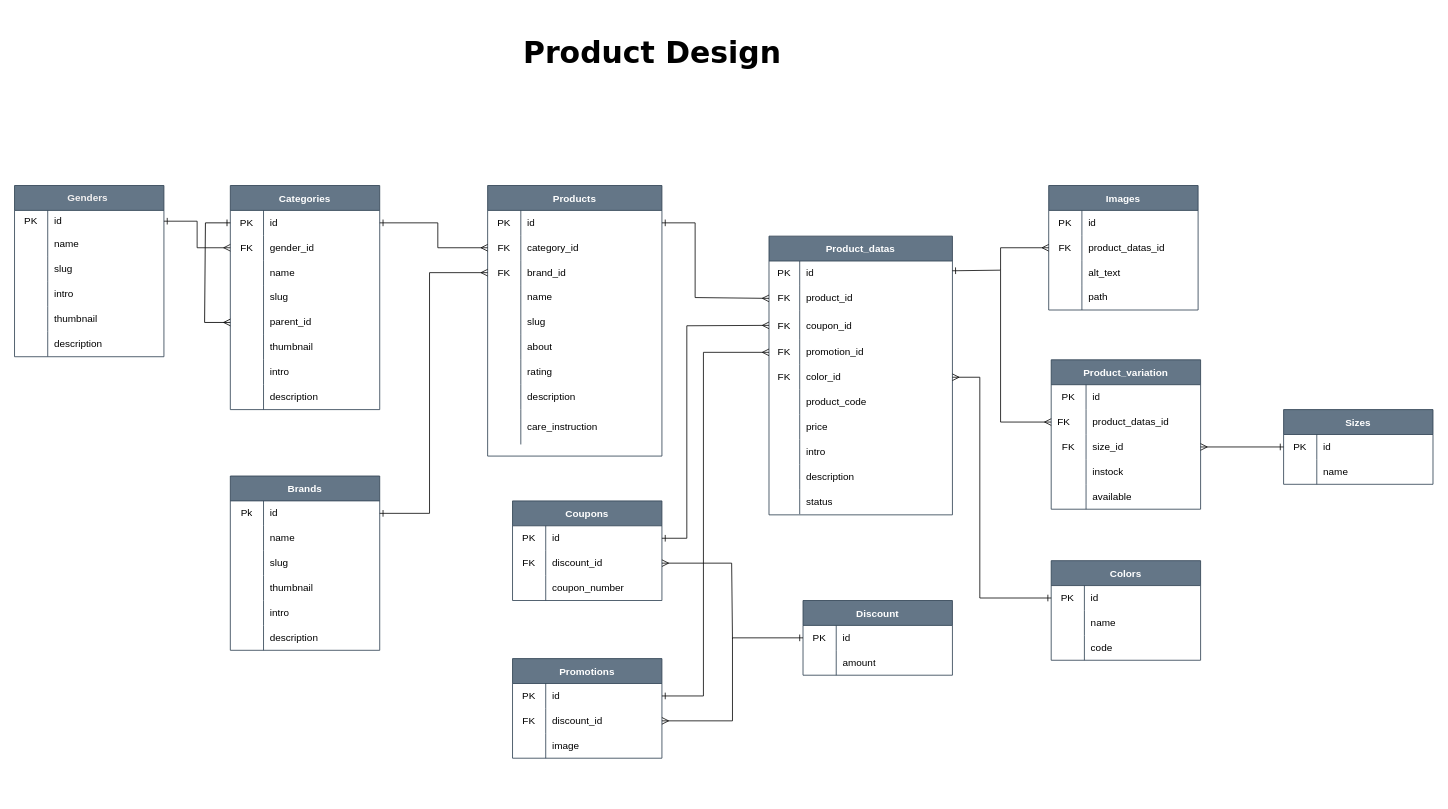
Khantminaung313/dshop keeps this draw.io diagram as resources/ERD/products.drawio. Above is the earlier version. Source tidied: cells renumbered, new cells numbered last; positions are measured from the earlier drawing's top-left corner, leaving out a move shared by most shapes. Both pictures are drawn from the tidied source at 83%, with x=0, y=0 at pixel (14, 14).
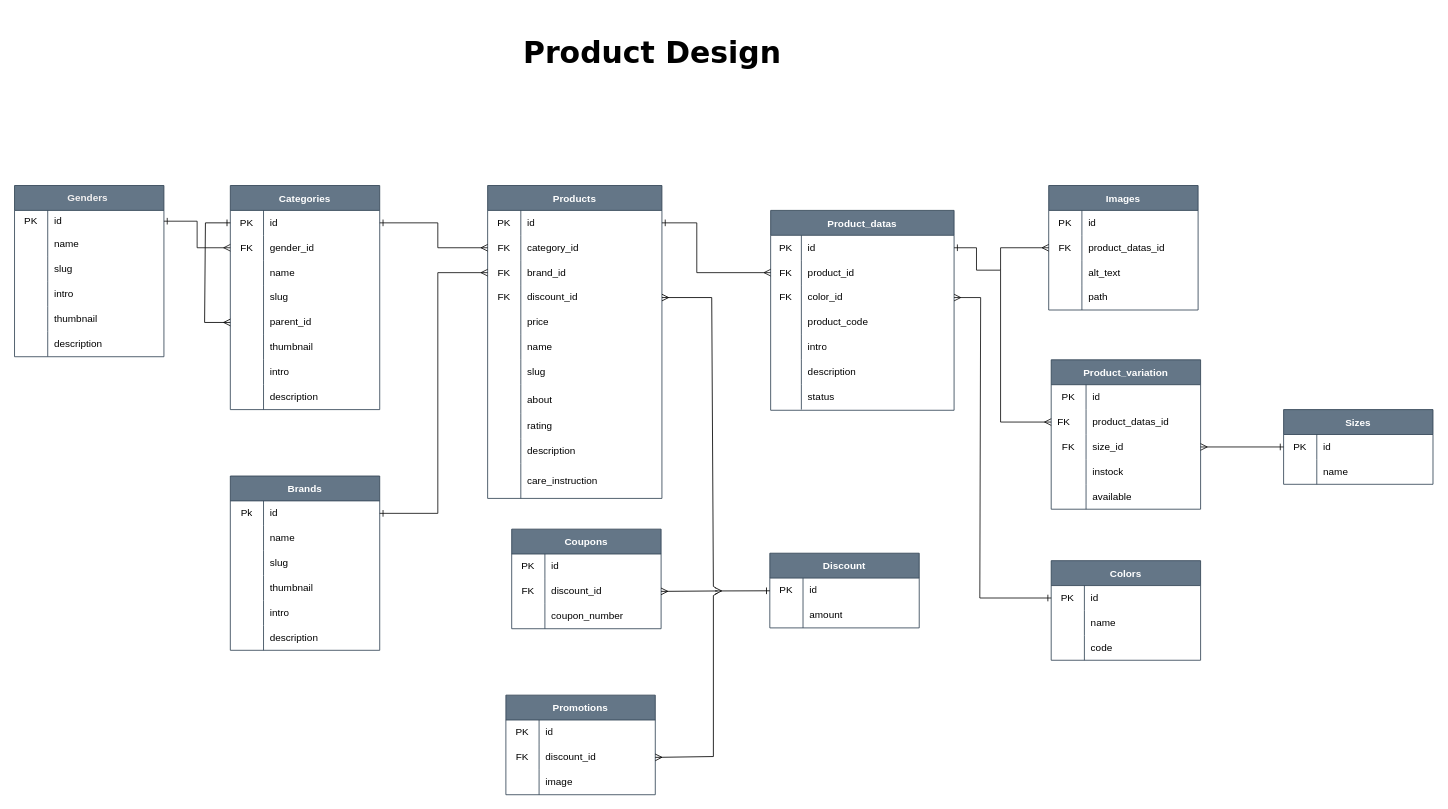
The same diagram, later.

The change refers to these unchanged cells:
```xml
<mxCell id="49" style="shape=tableRow;horizontal=0;startSize=0;swimlaneHead=0;swimlaneBody=0;top=0;left=0;bottom=0;right=0;fillColor=none;points=[[0,0.5],[1,0.5]];portConstraint=eastwest;" parent="48" vertex="1">
  <mxGeometry y="30" width="180" height="30" as="geometry" />
</mxCell>
<mxCell id="68" style="shape=tableRow;horizontal=0;startSize=0;swimlaneHead=0;swimlaneBody=0;top=0;left=0;bottom=0;right=0;fillColor=none;points=[[0,0.5],[1,0.5]];portConstraint=eastwest;" parent="67" vertex="1">
  <mxGeometry y="30" width="210" height="30" as="geometry" />
</mxCell>
<mxCell id="74" style="shape=tableRow;horizontal=0;startSize=0;swimlaneHead=0;swimlaneBody=0;top=0;left=0;bottom=0;right=0;fillColor=none;points=[[0,0.5],[1,0.5]];portConstraint=eastwest;" parent="67" vertex="1">
  <mxGeometry y="90" width="210" height="30" as="geometry" />
</mxCell>
<mxCell id="98" style="shape=tableRow;horizontal=0;startSize=0;swimlaneHead=0;swimlaneBody=0;top=0;left=0;bottom=0;right=0;fillColor=none;points=[[0,0.5],[1,0.5]];portConstraint=eastwest;" parent="97" vertex="1">
  <mxGeometry y="30" width="180" height="30" as="geometry" />
</mxCell>
<mxCell id="101" style="shape=tableRow;horizontal=0;startSize=0;swimlaneHead=0;swimlaneBody=0;top=0;left=0;bottom=0;right=0;fillColor=none;points=[[0,0.5],[1,0.5]];portConstraint=eastwest;" parent="97" vertex="1">
  <mxGeometry y="60" width="180" height="30" as="geometry" />
</mxCell>
<mxCell id="108" style="shape=tableRow;horizontal=0;startSize=0;swimlaneHead=0;swimlaneBody=0;top=0;left=0;bottom=0;right=0;fillColor=none;points=[[0,0.5],[1,0.5]];portConstraint=eastwest;" parent="107" vertex="1">
  <mxGeometry y="30" width="180" height="30" as="geometry" />
</mxCell>
<mxCell id="111" style="shape=tableRow;horizontal=0;startSize=0;swimlaneHead=0;swimlaneBody=0;top=0;left=0;bottom=0;right=0;fillColor=none;points=[[0,0.5],[1,0.5]];portConstraint=eastwest;" parent="107" vertex="1">
  <mxGeometry y="60" width="180" height="30" as="geometry" />
</mxCell>
<mxCell id="118" style="shape=tableRow;horizontal=0;startSize=0;swimlaneHead=0;swimlaneBody=0;top=0;left=0;bottom=0;right=0;fillColor=none;points=[[0,0.5],[1,0.5]];portConstraint=eastwest;" parent="117" vertex="1">
  <mxGeometry y="30" width="221" height="30" as="geometry" />
</mxCell>
<mxCell id="121" style="shape=tableRow;horizontal=0;startSize=0;swimlaneHead=0;swimlaneBody=0;top=0;left=0;bottom=0;right=0;fillColor=none;points=[[0,0.5],[1,0.5]];portConstraint=eastwest;" parent="117" vertex="1">
  <mxGeometry y="60" width="221" height="30" as="geometry" />
</mxCell>
<mxCell id="149" style="shape=tableRow;horizontal=0;startSize=0;swimlaneHead=0;swimlaneBody=0;top=0;left=0;bottom=0;right=0;fillColor=none;points=[[0,0.5],[1,0.5]];portConstraint=eastwest;" parent="148" vertex="1">
  <mxGeometry y="30" width="180" height="30" as="geometry" />
</mxCell>
<mxCell id="162" style="shape=tableRow;horizontal=0;startSize=0;swimlaneHead=0;swimlaneBody=0;top=0;left=0;bottom=0;right=0;fillColor=none;points=[[0,0.5],[1,0.5]];portConstraint=eastwest;" parent="158" vertex="1">
  <mxGeometry y="60" width="180" height="30" as="geometry" />
</mxCell>
<mxCell id="188" style="shape=tableRow;horizontal=0;startSize=0;swimlaneHead=0;swimlaneBody=0;top=0;left=0;bottom=0;right=0;fillColor=none;points=[[0,0.5],[1,0.5]];portConstraint=eastwest;sketch=0;" parent="187" vertex="1">
  <mxGeometry y="30" width="180" height="30" as="geometry" />
</mxCell>
<mxCell id="209" style="group;" parent="1" vertex="1">
  <mxGeometry x="1188" y="281" width="5" height="210" as="geometry" />
</mxCell>
```

Diff of the diagram source:
```diff
@@
     <mxCell id="67" value="Products" style="shape=table;startSize=30;childLayout=tableLayout;rowLines=0;fontStyle=1;fillColor=#647687;fontColor=#ffffff;strokeColor=#314354;" parent="1" vertex="1">
-      <mxGeometry x="570" y="206" width="210" height="326" as="geometry" />
+      <mxGeometry x="570" y="206" width="210" height="377" as="geometry" />
     </mxCell>
@@
+    <mxCell id="213" style="shape=tableRow;horizontal=0;startSize=0;swimlaneHead=0;swimlaneBody=0;top=0;left=0;bottom=0;right=0;fillColor=none;points=[[0,0.5],[1,0.5]];portConstraint=eastwest;" parent="67" vertex="1">
+      <mxGeometry y="120" width="210" height="30" as="geometry" />
+    </mxCell>
+    <mxCell id="214" value="FK" style="shape=partialRectangle;html=1;whiteSpace=wrap;fillColor=none;top=0;left=0;bottom=0;right=0;overflow=hidden;fontColor=#000000;" parent="213" vertex="1">
+      <mxGeometry width="40" height="30" as="geometry" />
+    </mxCell>
+    <mxCell id="215" value="discount_id" style="shape=partialRectangle;html=1;whiteSpace=wrap;fillColor=none;top=0;left=0;bottom=0;right=0;align=left;spacingLeft=6;overflow=hidden;fontColor=#000000;" parent="213" vertex="1">
+      <mxGeometry x="40" width="170" height="30" as="geometry" />
+    </mxCell>
+    <mxCell id="216" style="shape=tableRow;horizontal=0;startSize=0;swimlaneHead=0;swimlaneBody=0;top=0;left=0;bottom=0;right=0;fillColor=none;" parent="67" vertex="1">
+      <mxGeometry y="150" width="210" height="30" as="geometry" />
+    </mxCell>
+    <mxCell id="217" style="shape=partialRectangle;html=1;whiteSpace=wrap;fillColor=none;top=0;left=0;bottom=0;right=0;overflow=hidden;fontColor=#000000;" parent="216" vertex="1">
+      <mxGeometry width="40" height="30" as="geometry" />
+    </mxCell>
+    <mxCell id="138" value="price" style="shape=partialRectangle;html=1;whiteSpace=wrap;fillColor=none;top=0;left=0;bottom=0;right=0;align=left;spacingLeft=6;overflow=hidden;fontColor=#000000;" parent="216" vertex="1">
+      <mxGeometry x="40" width="170" height="30" as="geometry" />
+    </mxCell>
     <mxCell id="77" style="shape=tableRow;horizontal=0;startSize=0;swimlaneHead=0;swimlaneBody=0;top=0;left=0;bottom=0;right=0;fillColor=none;" parent="67" vertex="1">
-      <mxGeometry y="120" width="210" height="30" as="geometry" />
+      <mxGeometry y="180" width="210" height="30" as="geometry" />
     </mxCell>
@@
     <mxCell id="80" style="shape=tableRow;horizontal=0;startSize=0;swimlaneHead=0;swimlaneBody=0;top=0;left=0;bottom=0;right=0;fillColor=none;" parent="67" vertex="1">
-      <mxGeometry y="150" width="210" height="30" as="geometry" />
+      <mxGeometry y="210" width="210" height="30" as="geometry" />
     </mxCell>
@@
     <mxCell id="83" style="shape=tableRow;horizontal=0;startSize=0;swimlaneHead=0;swimlaneBody=0;top=0;left=0;bottom=0;right=0;fillColor=none;" parent="67" vertex="1">
-      <mxGeometry y="180" width="210" height="30" as="geometry" />
+      <mxGeometry y="240" width="210" height="35" as="geometry" />
     </mxCell>
     <mxCell id="84" style="shape=partialRectangle;html=1;whiteSpace=wrap;fillColor=none;top=0;left=0;bottom=0;right=0;overflow=hidden;fontColor=#000000;" parent="83" vertex="1">
-      <mxGeometry width="40" height="30" as="geometry" />
+      <mxGeometry width="40" height="35" as="geometry" />
     </mxCell>
     <mxCell id="85" value="about" style="shape=partialRectangle;html=1;whiteSpace=wrap;fillColor=none;top=0;left=0;bottom=0;right=0;align=left;spacingLeft=6;overflow=hidden;fontColor=#000000;" parent="83" vertex="1">
-      <mxGeometry x="40" width="170" height="30" as="geometry" />
+      <mxGeometry x="40" width="170" height="35" as="geometry" />
     </mxCell>
     <mxCell id="86" style="shape=tableRow;horizontal=0;startSize=0;swimlaneHead=0;swimlaneBody=0;top=0;left=0;bottom=0;right=0;fillColor=none;" parent="67" vertex="1">
-      <mxGeometry y="210" width="210" height="30" as="geometry" />
+      <mxGeometry y="275" width="210" height="30" as="geometry" />
     </mxCell>
@@
     <mxCell id="89" style="shape=tableRow;horizontal=0;startSize=0;swimlaneHead=0;swimlaneBody=0;top=0;left=0;bottom=0;right=0;fillColor=none;" parent="67" vertex="1">
-      <mxGeometry y="240" width="210" height="30" as="geometry" />
+      <mxGeometry y="305" width="210" height="30" as="geometry" />
     </mxCell>
@@
     <mxCell id="92" style="shape=tableRow;horizontal=0;startSize=0;swimlaneHead=0;swimlaneBody=0;top=0;left=0;bottom=0;right=0;fillColor=none;" parent="67" vertex="1">
-      <mxGeometry y="270" width="210" height="42" as="geometry" />
+      <mxGeometry y="335" width="210" height="42" as="geometry" />
     </mxCell>
@@
     <mxCell id="96" style="edgeStyle=none;html=1;exitX=0;exitY=0.5;exitDx=0;exitDy=0;entryX=1;entryY=0.5;entryDx=0;entryDy=0;startArrow=ERmany;startFill=0;endArrow=ERone;endFill=0;rounded=0;strokeColor=#0f0f0f;" parent="1" edge="1" source="74" target="49">
       <mxGeometry relative="1" as="geometry">
         <Array as="points">
-          <mxPoint x="500" y="311" />
-          <mxPoint x="500" y="601" />
+          <mxPoint x="510" y="311" />
+          <mxPoint x="510" y="601" />
         </Array>
       </mxGeometry>
     </mxCell>
     <mxCell id="97" value="Coupons" style="shape=table;startSize=30;childLayout=tableLayout;rowLines=0;fontStyle=1;fillColor=#647687;fontColor=#ffffff;strokeColor=#314354;" parent="1" vertex="1">
-      <mxGeometry x="600" y="586" width="180" height="120" as="geometry" />
+      <mxGeometry x="599" y="620" width="180" height="120" as="geometry" />
     </mxCell>
@@
     <mxCell id="107" value="Promotions" style="shape=table;startSize=30;childLayout=tableLayout;rowLines=0;fontStyle=1;fillColor=#647687;fontColor=#ffffff;strokeColor=#314354;labelBorderColor=none;labelBackgroundColor=none;" parent="1" vertex="1">
-      <mxGeometry x="600" y="776" width="180" height="120" as="geometry" />
+      <mxGeometry x="592" y="820" width="180" height="120" as="geometry" />
     </mxCell>
@@
     <mxCell id="117" value="Product_datas" style="shape=table;startSize=30;childLayout=tableLayout;rowLines=0;fontStyle=1;fillColor=#647687;strokeColor=#314354;fontColor=#ffffff;" parent="1" vertex="1">
-      <mxGeometry x="909" y="267" width="221" height="335.8" as="geometry" />
+      <mxGeometry x="911" y="236" width="221" height="240.8" as="geometry" />
     </mxCell>
@@
-    <mxCell id="124" style="shape=tableRow;horizontal=0;startSize=0;swimlaneHead=0;swimlaneBody=0;top=0;left=0;bottom=0;right=0;fillColor=none;points=[[0,0.5],[1,0.5]];portConstraint=eastwest;" parent="117" vertex="1">
-      <mxGeometry y="90" width="221" height="35" as="geometry" />
-    </mxCell>
-    <mxCell id="125" value="FK" style="shape=partialRectangle;html=1;whiteSpace=wrap;fillColor=none;top=0;left=0;bottom=0;right=0;overflow=hidden;fontColor=#000000;" parent="124" vertex="1">
-      <mxGeometry width="37" height="35" as="geometry" />
-    </mxCell>
-    <mxCell id="126" value="coupon_id" style="shape=partialRectangle;html=1;whiteSpace=wrap;fillColor=none;top=0;left=0;bottom=0;right=0;align=left;spacingLeft=6;overflow=hidden;dashed=1;dashPattern=8 8;fontColor=#000000;" parent="124" vertex="1">
-      <mxGeometry x="37" width="184" height="35" as="geometry" />
-    </mxCell>
-    <mxCell id="127" style="shape=tableRow;horizontal=0;startSize=0;swimlaneHead=0;swimlaneBody=0;top=0;left=0;bottom=0;right=0;fillColor=none;points=[[0,0.5],[1,0.5]];portConstraint=eastwest;" parent="117" vertex="1">
-      <mxGeometry y="125" width="221" height="30" as="geometry" />
-    </mxCell>
-    <mxCell id="128" value="FK" style="shape=partialRectangle;html=1;whiteSpace=wrap;fillColor=none;top=0;left=0;bottom=0;right=0;overflow=hidden;fontColor=#000000;" parent="127" vertex="1">
-      <mxGeometry width="37" height="30" as="geometry" />
-    </mxCell>
-    <mxCell id="129" value="promotion_id" style="shape=partialRectangle;html=1;whiteSpace=wrap;fillColor=none;top=0;left=0;bottom=0;right=0;align=left;spacingLeft=6;overflow=hidden;fontColor=#000000;" parent="127" vertex="1">
-      <mxGeometry x="37" width="184" height="30" as="geometry" />
-    </mxCell>
     <mxCell id="130" style="shape=tableRow;horizontal=0;startSize=0;swimlaneHead=0;swimlaneBody=0;top=0;left=0;bottom=0;right=0;fillColor=none;points=[[0,0.5],[1,0.5]];portConstraint=eastwest;" parent="117" vertex="1">
-      <mxGeometry y="155" width="221" height="30" as="geometry" />
+      <mxGeometry y="90" width="221" height="30" as="geometry" />
     </mxCell>
@@
     <mxCell id="133" style="shape=tableRow;horizontal=0;startSize=0;swimlaneHead=0;swimlaneBody=0;top=0;left=0;bottom=0;right=0;fillColor=none;" parent="117" vertex="1">
-      <mxGeometry y="185" width="221" height="30" as="geometry" />
+      <mxGeometry y="120" width="221" height="30" as="geometry" />
     </mxCell>
@@
-    <mxCell id="136" style="shape=tableRow;horizontal=0;startSize=0;swimlaneHead=0;swimlaneBody=0;top=0;left=0;bottom=0;right=0;fillColor=none;" parent="117" vertex="1">
-      <mxGeometry y="215" width="221" height="30" as="geometry" />
-    </mxCell>
-    <mxCell id="137" style="shape=partialRectangle;html=1;whiteSpace=wrap;fillColor=none;top=0;left=0;bottom=0;right=0;overflow=hidden;fontColor=#000000;" parent="136" vertex="1">
-      <mxGeometry width="37" height="30" as="geometry" />
-    </mxCell>
-    <mxCell id="138" value="price" style="shape=partialRectangle;html=1;whiteSpace=wrap;fillColor=none;top=0;left=0;bottom=0;right=0;align=left;spacingLeft=6;overflow=hidden;fontColor=#000000;" parent="136" vertex="1">
-      <mxGeometry x="37" width="184" height="30" as="geometry" />
-    </mxCell>
     <mxCell id="139" style="shape=tableRow;horizontal=0;startSize=0;swimlaneHead=0;swimlaneBody=0;top=0;left=0;bottom=0;right=0;fillColor=none;" parent="117" vertex="1">
-      <mxGeometry y="245" width="221" height="30" as="geometry" />
+      <mxGeometry y="150" width="221" height="30" as="geometry" />
     </mxCell>
@@
     <mxCell id="142" style="shape=tableRow;horizontal=0;startSize=0;swimlaneHead=0;swimlaneBody=0;top=0;left=0;bottom=0;right=0;fillColor=none;" parent="117" vertex="1">
-      <mxGeometry y="275" width="221" height="30" as="geometry" />
+      <mxGeometry y="180" width="221" height="30" as="geometry" />
     </mxCell>
@@
     <mxCell id="145" style="shape=tableRow;horizontal=0;startSize=0;swimlaneHead=0;swimlaneBody=0;top=0;left=0;bottom=0;right=0;fillColor=none;" parent="117" vertex="1">
-      <mxGeometry y="305" width="221" height="30" as="geometry" />
+      <mxGeometry y="210" width="221" height="30" as="geometry" />
     </mxCell>
@@
     <mxCell id="148" value="Discount" style="shape=table;startSize=30;childLayout=tableLayout;rowLines=0;fontStyle=1;fillColor=#647687;fontColor=#ffffff;strokeColor=#314354;" parent="1" vertex="1">
-      <mxGeometry x="950" y="706" width="180" height="90" as="geometry" />
+      <mxGeometry x="910" y="649" width="180" height="90" as="geometry" />
     </mxCell>
@@
     <mxCell id="155" style="edgeStyle=none;rounded=0;html=1;exitX=0;exitY=0.5;exitDx=0;exitDy=0;startArrow=ERmany;startFill=0;endArrow=ERone;endFill=0;entryX=1;entryY=0.5;entryDx=0;entryDy=0;strokeColor=#0f0f0f;" parent="1" edge="1" source="121" target="68">
       <mxGeometry relative="1" as="geometry">
         <Array as="points">
-          <mxPoint x="820" y="341" />
-          <mxPoint x="820" y="251" />
+          <mxPoint x="822" y="311" />
+          <mxPoint x="822" y="251" />
         </Array>
       </mxGeometry>
     </mxCell>
-    <mxCell id="156" style="edgeStyle=none;rounded=0;html=1;exitX=0;exitY=0.5;exitDx=0;exitDy=0;entryX=1;entryY=0.5;entryDx=0;entryDy=0;startArrow=ERmany;startFill=0;endArrow=ERone;endFill=0;strokeColor=#0f0f0f;" parent="1" edge="1" source="124" target="98">
-      <mxGeometry relative="1" as="geometry">
-        <Array as="points">
-          <mxPoint x="810" y="375" />
-          <mxPoint x="810" y="631" />
-        </Array>
-      </mxGeometry>
-    </mxCell>
-    <mxCell id="157" style="edgeStyle=none;rounded=0;html=1;exitX=0;exitY=0.5;exitDx=0;exitDy=0;entryX=1;entryY=0.5;entryDx=0;entryDy=0;startArrow=ERmany;startFill=0;endArrow=ERone;endFill=0;strokeColor=#0f0f0f;" parent="1" edge="1" source="127" target="108">
-      <mxGeometry relative="1" as="geometry">
-        <Array as="points">
-          <mxPoint x="830" y="407" />
-          <mxPoint x="830" y="821" />
-        </Array>
-      </mxGeometry>
-    </mxCell>
@@
     <mxCell id="205" style="edgeStyle=none;rounded=0;html=1;exitX=0;exitY=0.5;exitDx=0;exitDy=0;entryX=1;entryY=0.5;entryDx=0;entryDy=0;startArrow=ERone;startFill=0;endArrow=ERmany;endFill=0;strokeColor=#0f0f0f;" parent="1" edge="1" source="188" target="130">
       <mxGeometry relative="1" as="geometry">
         <Array as="points">
           <mxPoint x="1163" y="703" />
-          <mxPoint x="1163" y="437" />
+          <mxPoint x="1164" y="341" />
         </Array>
       </mxGeometry>
     </mxCell>
-    <mxCell id="206" style="group;" parent="1" vertex="1">
-      <mxGeometry x="864" y="661" width="1" height="190" as="geometry" />
-    </mxCell>
-    <mxCell id="207" style="edgeStyle=none;rounded=0;html=1;exitX=1;exitY=0.5;exitDx=0;exitDy=0;entryX=0;entryY=0.5;entryDx=0;entryDy=0;startArrow=ERmany;startFill=0;endArrow=ERone;endFill=0;strokeColor=#0f0f0f;fixDash=1;" parent="206" edge="1" source="111" target="149">
-      <mxGeometry relative="1" as="geometry">
-        <Array as="points">
-          <mxPoint x="1" y="190" />
-          <mxPoint x="1" y="90" />
-        </Array>
-      </mxGeometry>
-    </mxCell>
-    <mxCell id="208" style="edgeStyle=none;rounded=0;html=1;exitX=1;exitY=0.5;exitDx=0;exitDy=0;startArrow=ERmany;startFill=0;endArrow=none;endFill=0;strokeColor=#0f0f0f;fixDash=1;" parent="206" edge="1" source="101">
-      <mxGeometry relative="1" as="geometry">
-        <mxPoint x="1" y="91" as="targetPoint" />
-        <Array as="points">
-          <mxPoint />
-        </Array>
-      </mxGeometry>
-    </mxCell>
@@
-    <mxCell id="210" style="edgeStyle=none;rounded=0;html=1;exitX=0;exitY=0.5;exitDx=0;exitDy=0;startArrow=ERmany;startFill=0;endArrow=ERone;endFill=0;strokeColor=#0f0f0f;entryX=0.999;entryY=0.391;entryDx=0;entryDy=0;entryPerimeter=0;" parent="209" edge="1" source="162" target="118">
+    <mxCell id="210" style="edgeStyle=none;rounded=0;html=1;exitX=0;exitY=0.5;exitDx=0;exitDy=0;startArrow=ERmany;startFill=0;endArrow=ERone;endFill=0;strokeColor=#0f0f0f;entryX=1;entryY=0.5;entryDx=0;entryDy=0;" parent="209" edge="1" source="162" target="118">
       <mxGeometry relative="1" as="geometry">
         <Array as="points">
           <mxPoint />
           <mxPoint y="27" />
+          <mxPoint x="-29" y="27" />
+          <mxPoint x="-29" />
         </Array>
       </mxGeometry>
     </mxCell>
@@
+    <mxCell id="218" style="edgeStyle=none;html=1;exitX=0;exitY=0.5;exitDx=0;exitDy=0;startArrow=ERmany;startFill=0;endArrow=none;endFill=0;rounded=0;strokeColor=#000000;" parent="1" edge="1">
+      <mxGeometry relative="1" as="geometry">
+        <mxPoint x="945" y="751" as="targetPoint" />
+        <Array as="points">
+          <mxPoint x="872" y="372" />
+          <mxPoint x="872" y="629" />
+          <mxPoint x="908" y="629" />
+          <mxPoint x="908" y="739" />
+        </Array>
+      </mxGeometry>
+    </mxCell>
+    <mxCell id="219" style="rounded=0;html=1;entryX=1;entryY=0.5;entryDx=0;entryDy=0;strokeColor=#000000;startArrow=none;startFill=0;endArrow=ERmany;endFill=0;" parent="1" edge="1">
+      <mxGeometry relative="1" as="geometry">
+        <mxPoint x="946" y="751" as="sourcePoint" />
+        <Array as="points">
+          <mxPoint x="902" y="738" />
+          <mxPoint x="900" y="544" />
+        </Array>
+      </mxGeometry>
+    </mxCell>
+    <mxCell id="220" style="edgeStyle=none;rounded=0;html=1;strokeColor=#000000;startArrow=ERone;startFill=0;endArrow=ERmany;endFill=0;" parent="1" edge="1" source="149">
+      <mxGeometry relative="1" as="geometry">
+        <mxPoint x="844" y="694.5" as="targetPoint" />
+      </mxGeometry>
+    </mxCell>
+    <mxCell id="221" style="edgeStyle=none;rounded=0;html=1;exitX=1;exitY=0.5;exitDx=0;exitDy=0;strokeColor=#000000;startArrow=ERmany;startFill=0;endArrow=none;endFill=0;" parent="1" edge="1" source="101">
+      <mxGeometry relative="1" as="geometry">
+        <mxPoint x="846.9" y="694.5" as="targetPoint" />
+      </mxGeometry>
+    </mxCell>
+    <mxCell id="222" style="edgeStyle=none;rounded=0;html=1;exitX=1;exitY=0.5;exitDx=0;exitDy=0;strokeColor=#000000;startArrow=ERmany;startFill=0;endArrow=none;endFill=0;" parent="1" edge="1" source="213">
+      <mxGeometry relative="1" as="geometry">
+        <mxPoint x="845" y="691" as="targetPoint" />
+        <Array as="points">
+          <mxPoint x="840" y="341" />
+          <mxPoint x="842" y="689" />
+        </Array>
+      </mxGeometry>
+    </mxCell>
+    <mxCell id="223" style="edgeStyle=none;rounded=0;html=1;exitX=1;exitY=0.5;exitDx=0;exitDy=0;strokeColor=#000000;startArrow=ERmany;startFill=0;endArrow=none;endFill=0;" parent="1" edge="1" source="111">
+      <mxGeometry relative="1" as="geometry">
+        <mxPoint x="847" y="697" as="targetPoint" />
+        <Array as="points">
+          <mxPoint x="842" y="894" />
+          <mxPoint x="842" y="700" />
+        </Array>
+      </mxGeometry>
+    </mxCell>
```
